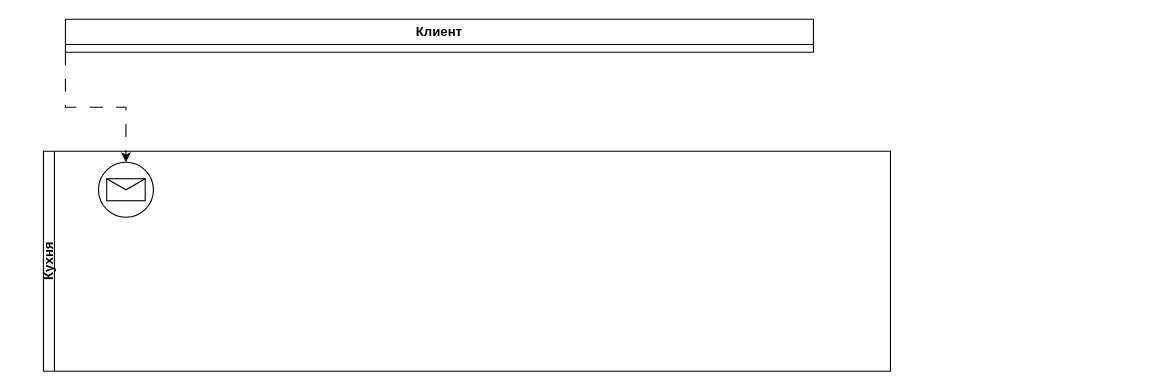
The draw.io diagram page "Страница — 2" (2 of 3) of прог инженерия.drawio in tuzmas/BPMN, before the edit. Source tidied: cells renumbered, new cells numbered last; positions are measured from the earlier drawing's top-left corner, leaving out a move shared by most shapes. Both pictures are drawn from the tidied source at 110%, with x=0, y=0 at pixel (43, 19).
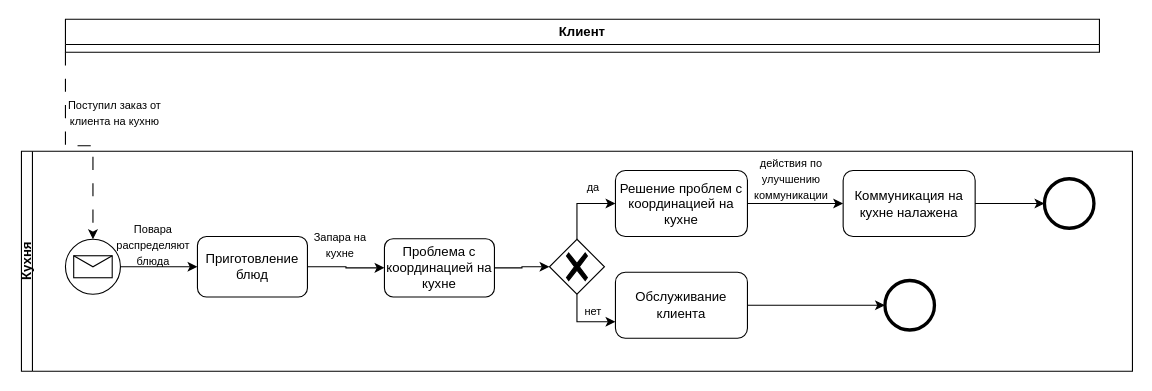
Above is the later version.

Change to the diagram source:
```diff
@@
     <mxCell id="2" value="Кухня" style="swimlane;horizontal=0;whiteSpace=wrap;html=1;startSize=10;" parent="1" vertex="1">
-      <mxGeometry y="120" width="770" height="200" as="geometry" />
+      <mxGeometry x="-20" y="120" width="1010" height="200" as="geometry" />
     </mxCell>
+    <mxCell id="6" style="edgeStyle=orthogonalEdgeStyle;rounded=0;jettySize=auto;html=1;exitX=1;exitY=0.5;exitDx=0;exitDy=0;exitPerimeter=0;entryX=0;entryY=0.5;entryDx=0;entryDy=0;" parent="2" edge="1" source="3" target="8">
+      <mxGeometry relative="1" as="geometry" />
+    </mxCell>
     <mxCell id="3" style="points=[[0.145,0.145,0],[0.5,0,0],[0.855,0.145,0],[1,0.5,0],[0.855,0.855,0],[0.5,1,0],[0.145,0.855,0],[0,0.5,0]];shape=mxgraph.bpmn.event;html=1;verticalLabelPosition=bottom;labelBackgroundColor=#ffffff;verticalAlign=top;align=center;perimeter=ellipsePerimeter;outlineConnect=0;outline=standard;symbol=message;" parent="2" vertex="1">
-      <mxGeometry x="50" y="10" width="50" height="50" as="geometry" />
+      <mxGeometry x="40" y="80" width="50" height="50" as="geometry" />
     </mxCell>
+    <mxCell id="7" style="edgeStyle=orthogonalEdgeStyle;rounded=0;jettySize=auto;html=1;exitX=1;exitY=0.5;exitDx=0;exitDy=0;entryX=0;entryY=0.5;entryDx=0;entryDy=0;" parent="2" edge="1" source="8" target="10">
+      <mxGeometry relative="1" as="geometry" />
+    </mxCell>
+    <mxCell id="8" value="Приготовление блюд" style="rounded=1;whiteSpace=wrap;html=1;" parent="2" vertex="1">
+      <mxGeometry x="160" y="77.5" width="100" height="55" as="geometry" />
+    </mxCell>
+    <mxCell id="9" value="&lt;font style=&quot;font-size: 10px;&quot;&gt;Повара распределяют блюда&lt;/font&gt;" style="text;html=1;align=center;verticalAlign=middle;whiteSpace=wrap;rounded=0;" parent="2" vertex="1">
+      <mxGeometry x="90" y="70" width="60" height="30" as="geometry" />
+    </mxCell>
+    <mxCell id="10" value="Проблема с координацией на кухне" style="rounded=1;whiteSpace=wrap;html=1;" parent="2" vertex="1">
+      <mxGeometry x="330" y="79.5" width="100" height="53" as="geometry" />
+    </mxCell>
+    <mxCell id="11" value="&lt;font style=&quot;font-size: 10px;&quot;&gt;Запара на кухне&lt;/font&gt;" style="text;html=1;align=center;verticalAlign=middle;whiteSpace=wrap;rounded=0;" parent="2" vertex="1">
+      <mxGeometry x="260" y="70" width="60" height="30" as="geometry" />
+    </mxCell>
+    <mxCell id="12" style="edgeStyle=orthogonalEdgeStyle;rounded=0;jettySize=auto;html=1;exitX=0.5;exitY=0;exitDx=0;exitDy=0;exitPerimeter=0;entryX=0;entryY=0.5;entryDx=0;entryDy=0;" parent="2" edge="1" source="14" target="17">
+      <mxGeometry relative="1" as="geometry" />
+    </mxCell>
+    <mxCell id="13" style="edgeStyle=orthogonalEdgeStyle;rounded=0;jettySize=auto;html=1;exitX=0.5;exitY=1;exitDx=0;exitDy=0;exitPerimeter=0;entryX=0;entryY=0.75;entryDx=0;entryDy=0;" parent="2" edge="1" source="14" target="18">
+      <mxGeometry relative="1" as="geometry" />
+    </mxCell>
+    <mxCell id="14" style="points=[[0.25,0.25,0],[0.5,0,0],[0.75,0.25,0],[1,0.5,0],[0.75,0.75,0],[0.5,1,0],[0.25,0.75,0],[0,0.5,0]];shape=mxgraph.bpmn.gateway2;html=1;verticalLabelPosition=bottom;labelBackgroundColor=#ffffff;verticalAlign=top;align=center;perimeter=rhombusPerimeter;outlineConnect=0;outline=none;symbol=none;gwType=exclusive;" parent="2" vertex="1">
+      <mxGeometry x="480" y="80" width="50" height="50" as="geometry" />
+    </mxCell>
+    <mxCell id="15" style="edgeStyle=orthogonalEdgeStyle;rounded=0;jettySize=auto;html=1;exitX=1;exitY=0.5;exitDx=0;exitDy=0;entryX=0;entryY=0.5;entryDx=0;entryDy=0;entryPerimeter=0;" parent="2" edge="1" source="10" target="14">
+      <mxGeometry relative="1" as="geometry" />
+    </mxCell>
+    <mxCell id="16" style="edgeStyle=orthogonalEdgeStyle;rounded=0;jettySize=auto;html=1;exitX=1;exitY=0.5;exitDx=0;exitDy=0;entryX=0;entryY=0.5;entryDx=0;entryDy=0;" parent="2" edge="1" source="17" target="21">
+      <mxGeometry relative="1" as="geometry" />
+    </mxCell>
+    <mxCell id="17" value="Решение проблем с координацией на кухне" style="rounded=1;whiteSpace=wrap;html=1;" parent="2" vertex="1">
+      <mxGeometry x="540" y="17.5" width="120" height="60" as="geometry" />
+    </mxCell>
+    <mxCell id="18" value="Обслуживание клиента" style="rounded=1;whiteSpace=wrap;html=1;" parent="2" vertex="1">
+      <mxGeometry x="540" y="110" width="120" height="60" as="geometry" />
+    </mxCell>
+    <mxCell id="19" value="&lt;font style=&quot;font-size: 10px;&quot;&gt;да&lt;/font&gt;" style="text;html=1;align=center;verticalAlign=middle;whiteSpace=wrap;rounded=0;" parent="2" vertex="1">
+      <mxGeometry x="490" y="17.5" width="60" height="30" as="geometry" />
+    </mxCell>
+    <mxCell id="20" value="&lt;font style=&quot;font-size: 10px;&quot;&gt;нет&lt;/font&gt;" style="text;html=1;align=center;verticalAlign=middle;whiteSpace=wrap;rounded=0;" parent="2" vertex="1">
+      <mxGeometry x="490" y="130" width="60" height="30" as="geometry" />
+    </mxCell>
+    <mxCell id="21" value="Коммуникация на кухне налажена" style="rounded=1;whiteSpace=wrap;html=1;" parent="2" vertex="1">
+      <mxGeometry x="747" y="17.5" width="120" height="60" as="geometry" />
+    </mxCell>
+    <mxCell id="22" style="points=[[0.145,0.145,0],[0.5,0,0],[0.855,0.145,0],[1,0.5,0],[0.855,0.855,0],[0.5,1,0],[0.145,0.855,0],[0,0.5,0]];shape=mxgraph.bpmn.event;html=1;verticalLabelPosition=bottom;labelBackgroundColor=#ffffff;verticalAlign=top;align=center;perimeter=ellipsePerimeter;outlineConnect=0;outline=end;symbol=terminate2;" parent="2" vertex="1">
+      <mxGeometry x="785" y="117.5" width="45" height="45" as="geometry" />
+    </mxCell>
+    <mxCell id="23" style="edgeStyle=orthogonalEdgeStyle;rounded=0;jettySize=auto;html=1;exitX=1;exitY=0.5;exitDx=0;exitDy=0;entryX=0;entryY=0.5;entryDx=0;entryDy=0;entryPerimeter=0;" parent="2" edge="1" source="18" target="22">
+      <mxGeometry relative="1" as="geometry" />
+    </mxCell>
+    <mxCell id="24" style="points=[[0.145,0.145,0],[0.5,0,0],[0.855,0.145,0],[1,0.5,0],[0.855,0.855,0],[0.5,1,0],[0.145,0.855,0],[0,0.5,0]];shape=mxgraph.bpmn.event;html=1;verticalLabelPosition=bottom;labelBackgroundColor=#ffffff;verticalAlign=top;align=center;perimeter=ellipsePerimeter;outlineConnect=0;outline=end;symbol=terminate2;" parent="2" vertex="1">
+      <mxGeometry x="930" y="25" width="45" height="45" as="geometry" />
+    </mxCell>
+    <mxCell id="25" style="edgeStyle=orthogonalEdgeStyle;rounded=0;jettySize=auto;html=1;exitX=1;exitY=0.5;exitDx=0;exitDy=0;entryX=0;entryY=0.5;entryDx=0;entryDy=0;entryPerimeter=0;" parent="2" edge="1" source="21" target="24">
+      <mxGeometry relative="1" as="geometry" />
+    </mxCell>
+    <mxCell id="26" value="&lt;font style=&quot;font-size: 10px;&quot;&gt;действия по улучшению коммуникации&lt;/font&gt;" style="text;html=1;align=center;verticalAlign=middle;whiteSpace=wrap;rounded=0;" parent="2" vertex="1">
+      <mxGeometry x="670" y="10" width="60" height="30" as="geometry" />
+    </mxCell>
     <mxCell id="4" value="Клиент" style="swimlane;whiteSpace=wrap;html=1;" parent="1" vertex="1">
-      <mxGeometry x="20" width="680" height="30" as="geometry" />
+      <mxGeometry x="20" width="940" height="30" as="geometry" />
     </mxCell>
@@
+    <mxCell id="27" value="&lt;font style=&quot;font-size: 10px;&quot;&gt;Поступил заказ от клиента на кухню&lt;/font&gt;" style="text;html=1;align=center;verticalAlign=middle;whiteSpace=wrap;rounded=0;" parent="1" vertex="1">
+      <mxGeometry x="20" y="70" width="90" height="30" as="geometry" />
+    </mxCell>
```
